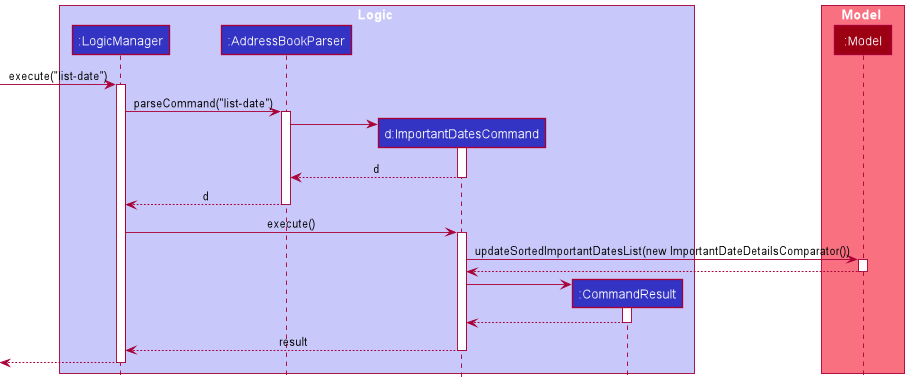
Above: docs/images/ListImportantDatesSequenceDiagram.png in nus-cs2103-AY2021S2/tp (PlantUML), before the change.
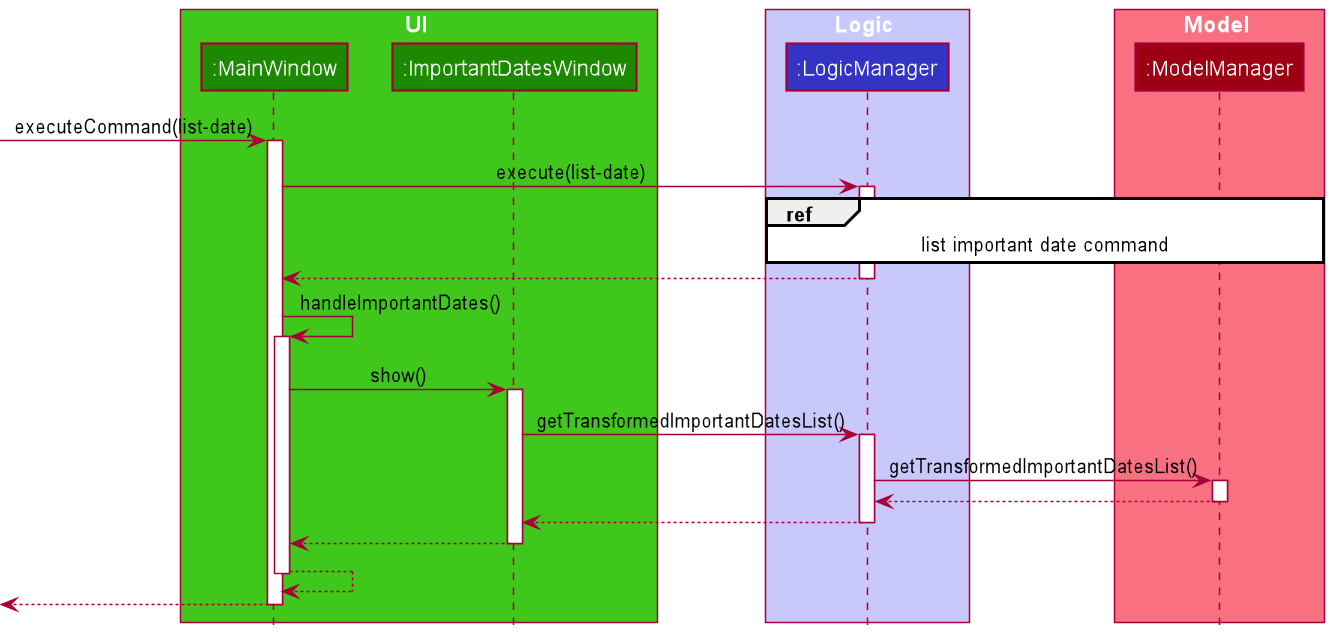
Above is the later version.

What changed in the source:
```diff
@@ -1,52 +1,55 @@
 @startuml
 !include style.puml
 
+box UI UI_COLOR_T2
+participant ":MainWindow" as MainWindow UI_COLOR
+participant ":ImportantDatesWindow" as ImportantDatesWindow UI_COLOR
+end box
+
 box Logic LOGIC_COLOR_T1
 participant ":LogicManager" as LogicManager LOGIC_COLOR
-participant ":AddressBookParser" as AddressBookParser LOGIC_COLOR
-participant "d:ImportantDatesCommand" as ImportantDatesCommand LOGIC_COLOR
-participant ":CommandResult" as CommandResult LOGIC_COLOR
 end box
 
 box Model MODEL_COLOR_T1
-participant ":Model" as Model MODEL_COLOR
+participant ":ModelManager" as ModelManager MODEL_COLOR
 end box
 
-[-> LogicManager : execute("list-date")
+[-> MainWindow : executeCommand(list-date)
+activate MainWindow
+
+MainWindow -> LogicManager : execute(list-date)
 activate LogicManager
 
-LogicManager -> AddressBookParser : parseCommand("list-date")
-activate AddressBookParser
+ref over LogicManager, ModelManager : list important date command
 
-create ImportantDatesCommand
-AddressBookParser -> ImportantDatesCommand
-activate ImportantDatesCommand
+LogicManager --> MainWindow
+deactivate LogicManager
 
-ImportantDatesCommand --> AddressBookParser : d
-deactivate ImportantDatesCommand
+MainWindow -> MainWindow : handleImportantDates()
+activate MainWindow
 
-AddressBookParser --> LogicManager : d
-deactivate AddressBookParser
+MainWindow -> ImportantDatesWindow : show()
+activate ImportantDatesWindow
 
-LogicManager -> ImportantDatesCommand : execute()
-activate ImportantDatesCommand
+ImportantDatesWindow -> LogicManager : getTransformedImportantDatesList()
+activate LogicManager
 
-ImportantDatesCommand -> Model : updateSortedImportantDatesList(new ImportantDateDetailsComparator())
-activate Model
+LogicManager -> ModelManager : getTransformedImportantDatesList()
+activate ModelManager
 
-Model --> ImportantDatesCommand
-deactivate Model
+ModelManager --> LogicManager
+deactivate ModelManager
 
-create CommandResult
-ImportantDatesCommand -> CommandResult
-activate CommandResult
+LogicManager --> ImportantDatesWindow
+deactivate LogicManager
 
-CommandResult --> ImportantDatesCommand
-deactivate CommandResult
+ImportantDatesWindow --> MainWindow
+deactivate
 
-ImportantDatesCommand --> LogicManager : result
-deactivate ImportantDatesCommand
+MainWindow --> MainWindow
+deactivate MainWindow
 
-[<--LogicManager
-deactivate LogicManager
+
+[<--MainWindow
+deactivate MainWindow
 @enduml
```
